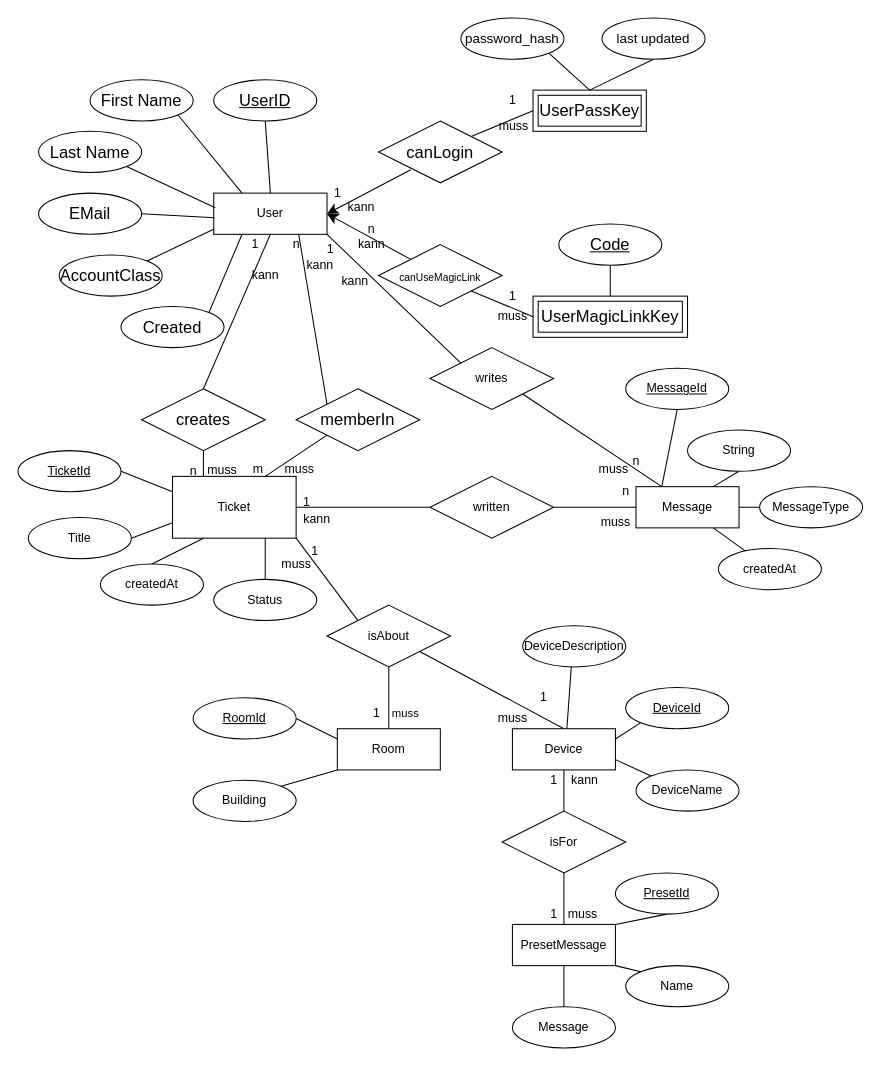
Above: er.drawio in Bloeckchengrafik/School-Ticket-System (draw.io), before the change. Source tidied: cells renumbered, new cells numbered last; positions are measured from the earlier drawing's top-left corner, leaving out a move shared by most shapes. Both pictures are drawn from the tidied source at 103%, with x=0, y=0 at pixel (18, 18).
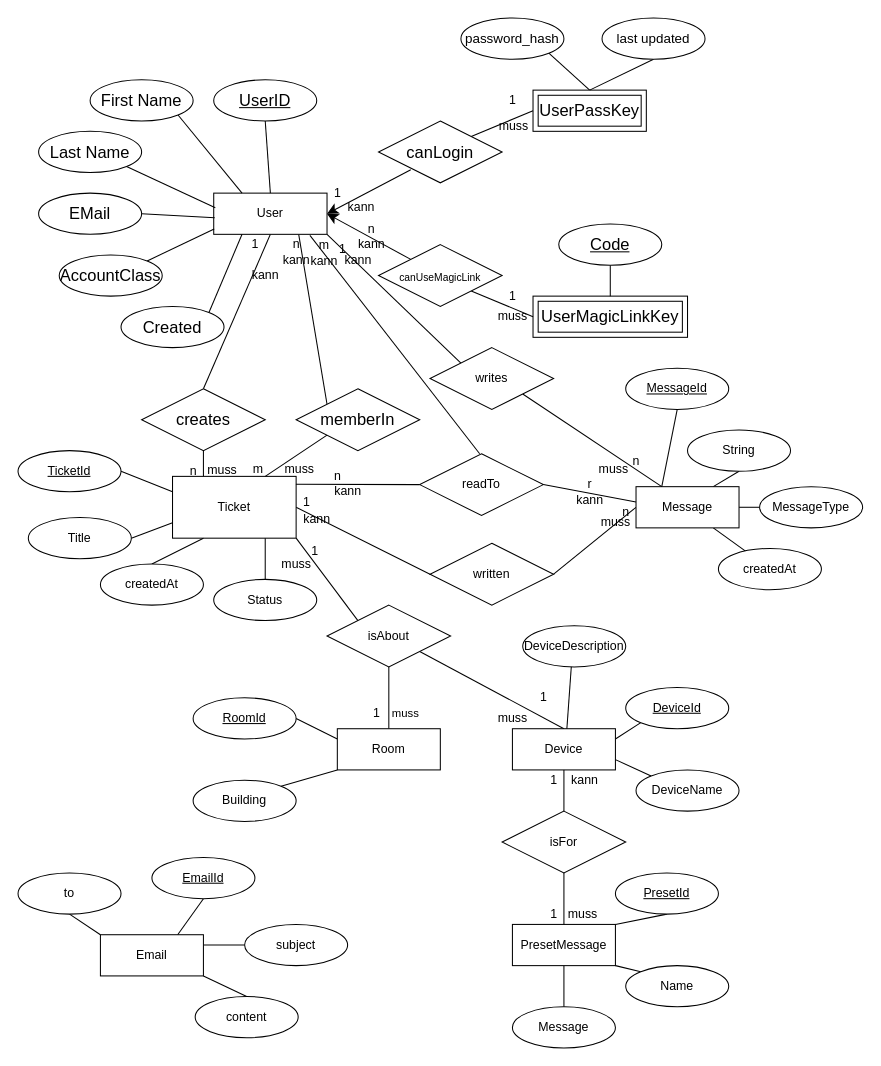
Above is the later version.

Unchanged cells that the change refers to:
```xml
<mxCell id="5" value="User" style="rounded=0;whiteSpace=wrap;html=1;" parent="1" vertex="1">
  <mxGeometry x="190" y="170" width="110" height="40" as="geometry" />
</mxCell>
<mxCell id="101" value="1" style="text;html=1;align=center;verticalAlign=middle;points=[];strokeColor=none;fillColor=none;" parent="1" vertex="1">
  <mxGeometry x="265" y="455" width="30" height="30" as="geometry" />
</mxCell>
```

Diff of the diagram source:
```diff
@@
     <mxCell id="48" value="written" style="shape=rhombus;perimeter=rhombusPerimeter;whiteSpace=wrap;html=1;align=center;" parent="1" vertex="1">
-      <mxGeometry x="400" y="445" width="120" height="60" as="geometry" />
+      <mxGeometry x="400" y="510" width="120" height="60" as="geometry" />
     </mxCell>
@@
     <mxCell id="94" value="kann" style="text;html=1;align=center;verticalAlign=middle;strokeColor=none;fillColor=none;" parent="1" vertex="1">
-      <mxGeometry x="268" y="225" width="50" height="30" as="geometry" />
+      <mxGeometry x="245" y="220" width="50" height="30" as="geometry" />
     </mxCell>
     <mxCell id="95" value="1" style="text;html=1;align=center;verticalAlign=middle;strokeColor=none;fillColor=none;" parent="1" vertex="1">
-      <mxGeometry x="288" y="210" width="30" height="30" as="geometry" />
+      <mxGeometry x="300" y="210" width="30" height="30" as="geometry" />
     </mxCell>
     <mxCell id="96" value="kann" style="text;html=1;align=center;verticalAlign=middle;strokeColor=none;fillColor=none;" parent="1" vertex="1">
-      <mxGeometry x="302" y="241" width="50" height="30" as="geometry" />
+      <mxGeometry x="305" y="220" width="50" height="30" as="geometry" />
     </mxCell>
@@
     <mxCell id="102" value="n" style="text;html=1;align=center;verticalAlign=middle;strokeColor=none;fillColor=none;" parent="1" vertex="1">
-      <mxGeometry x="575" y="445" width="30" height="30" as="geometry" />
+      <mxGeometry x="575" y="465" width="30" height="30" as="geometry" />
     </mxCell>
@@
+    <mxCell id="120" style="rounded=0;jettySize=auto;html=1;exitX=0;exitY=0.5;exitDx=0;exitDy=0;endArrow=none;endFill=0;entryX=0.16;entryY=-0.08;entryDx=0;entryDy=0;entryPerimeter=0;" parent="1" edge="1" source="121" target="101">
+      <mxGeometry relative="1" as="geometry" />
+    </mxCell>
+    <mxCell id="121" value="readTo" style="shape=rhombus;perimeter=rhombusPerimeter;whiteSpace=wrap;html=1;align=center;" parent="1" vertex="1">
+      <mxGeometry x="390" y="423" width="120" height="60" as="geometry" />
+    </mxCell>
+    <mxCell id="122" value="n" style="text;html=1;align=center;verticalAlign=middle;strokeColor=none;fillColor=none;" parent="1" vertex="1">
+      <mxGeometry x="295" y="430" width="30" height="30" as="geometry" />
+    </mxCell>
+    <mxCell id="123" value="kann" style="text;html=1;align=center;verticalAlign=middle;strokeColor=none;fillColor=none;" parent="1" vertex="1">
+      <mxGeometry x="295" y="445" width="50" height="30" as="geometry" />
+    </mxCell>
+    <mxCell id="124" style="rounded=0;jettySize=auto;html=1;exitX=0;exitY=0.5;exitDx=0;exitDy=0;endArrow=none;endFill=0;entryX=0.849;entryY=1.025;entryDx=0;entryDy=0;entryPerimeter=0;" parent="1" edge="1" target="5">
+      <mxGeometry relative="1" as="geometry">
+        <mxPoint x="448.2" y="423" as="sourcePoint" />
+      </mxGeometry>
+    </mxCell>
+    <mxCell id="125" value="r&lt;br&gt;kann" style="text;html=1;align=center;verticalAlign=middle;strokeColor=none;fillColor=none;" parent="1" vertex="1">
+      <mxGeometry x="530" y="440" width="50" height="40" as="geometry" />
+    </mxCell>
+    <mxCell id="126" value="m&lt;br&gt;kann" style="text;html=1;align=center;verticalAlign=middle;strokeColor=none;fillColor=none;" parent="1" vertex="1">
+      <mxGeometry x="272" y="208" width="50" height="40" as="geometry" />
+    </mxCell>
+    <mxCell id="127" style="rounded=0;jettySize=auto;html=1;exitX=0;exitY=0.5;exitDx=0;exitDy=0;endArrow=none;endFill=0;entryX=1;entryY=0.5;entryDx=0;entryDy=0;" parent="1" edge="1" target="121">
+      <mxGeometry relative="1" as="geometry">
+        <mxPoint x="600" y="469.9" as="sourcePoint" />
+      </mxGeometry>
+    </mxCell>
+    <mxCell id="128" style="rounded=0;jettySize=auto;html=1;exitX=1;exitY=1;exitDx=0;exitDy=0;entryX=0.5;entryY=0;entryDx=0;entryDy=0;endArrow=none;endFill=0;" parent="1" edge="1" source="132" target="136">
+      <mxGeometry relative="1" as="geometry" />
+    </mxCell>
+    <mxCell id="129" style="rounded=0;jettySize=auto;html=1;exitX=1;exitY=0.25;exitDx=0;exitDy=0;entryX=0;entryY=0.5;entryDx=0;entryDy=0;endArrow=none;endFill=0;" parent="1" edge="1" source="132" target="135">
+      <mxGeometry relative="1" as="geometry" />
+    </mxCell>
+    <mxCell id="130" style="rounded=0;jettySize=auto;html=1;exitX=0.75;exitY=0;exitDx=0;exitDy=0;entryX=0.5;entryY=1;entryDx=0;entryDy=0;endArrow=none;endFill=0;" parent="1" edge="1" source="132" target="134">
+      <mxGeometry relative="1" as="geometry" />
+    </mxCell>
+    <mxCell id="131" style="rounded=0;jettySize=auto;html=1;exitX=0;exitY=0;exitDx=0;exitDy=0;entryX=0.5;entryY=1;entryDx=0;entryDy=0;endArrow=none;endFill=0;" parent="1" edge="1" source="132" target="133">
+      <mxGeometry relative="1" as="geometry" />
+    </mxCell>
+    <mxCell id="132" value="Email" style="whiteSpace=wrap;html=1;align=center;" parent="1" vertex="1">
+      <mxGeometry x="80" y="890" width="100" height="40" as="geometry" />
+    </mxCell>
+    <mxCell id="133" value="to" style="ellipse;whiteSpace=wrap;html=1;align=center;fontStyle=0;" parent="1" vertex="1">
+      <mxGeometry y="830" width="100" height="40" as="geometry" />
+    </mxCell>
+    <mxCell id="134" value="EmailId" style="ellipse;whiteSpace=wrap;html=1;align=center;fontStyle=4;" parent="1" vertex="1">
+      <mxGeometry x="130" y="815" width="100" height="40" as="geometry" />
+    </mxCell>
+    <mxCell id="135" value="subject" style="ellipse;whiteSpace=wrap;html=1;align=center;fontStyle=0;" parent="1" vertex="1">
+      <mxGeometry x="220" y="880" width="100" height="40" as="geometry" />
+    </mxCell>
+    <mxCell id="136" value="content" style="ellipse;whiteSpace=wrap;html=1;align=center;fontStyle=0;" parent="1" vertex="1">
+      <mxGeometry x="172" y="950" width="100" height="40" as="geometry" />
+    </mxCell>
```
